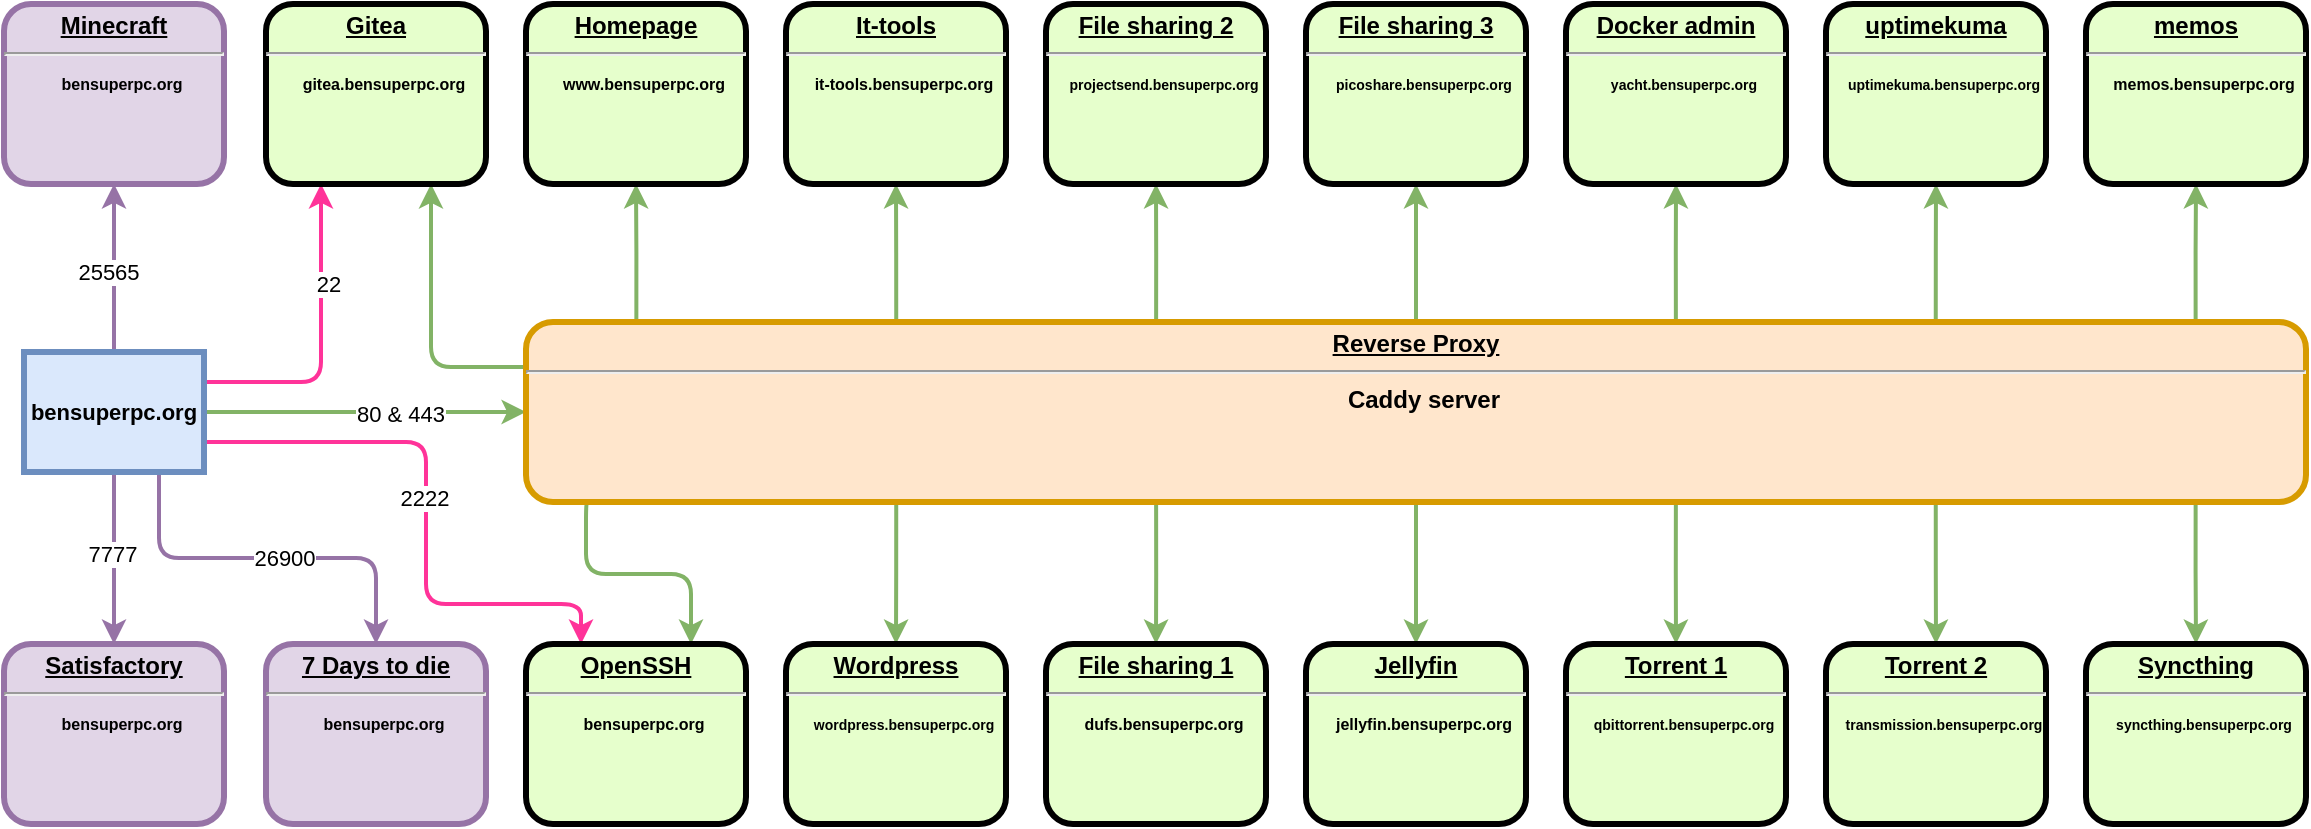
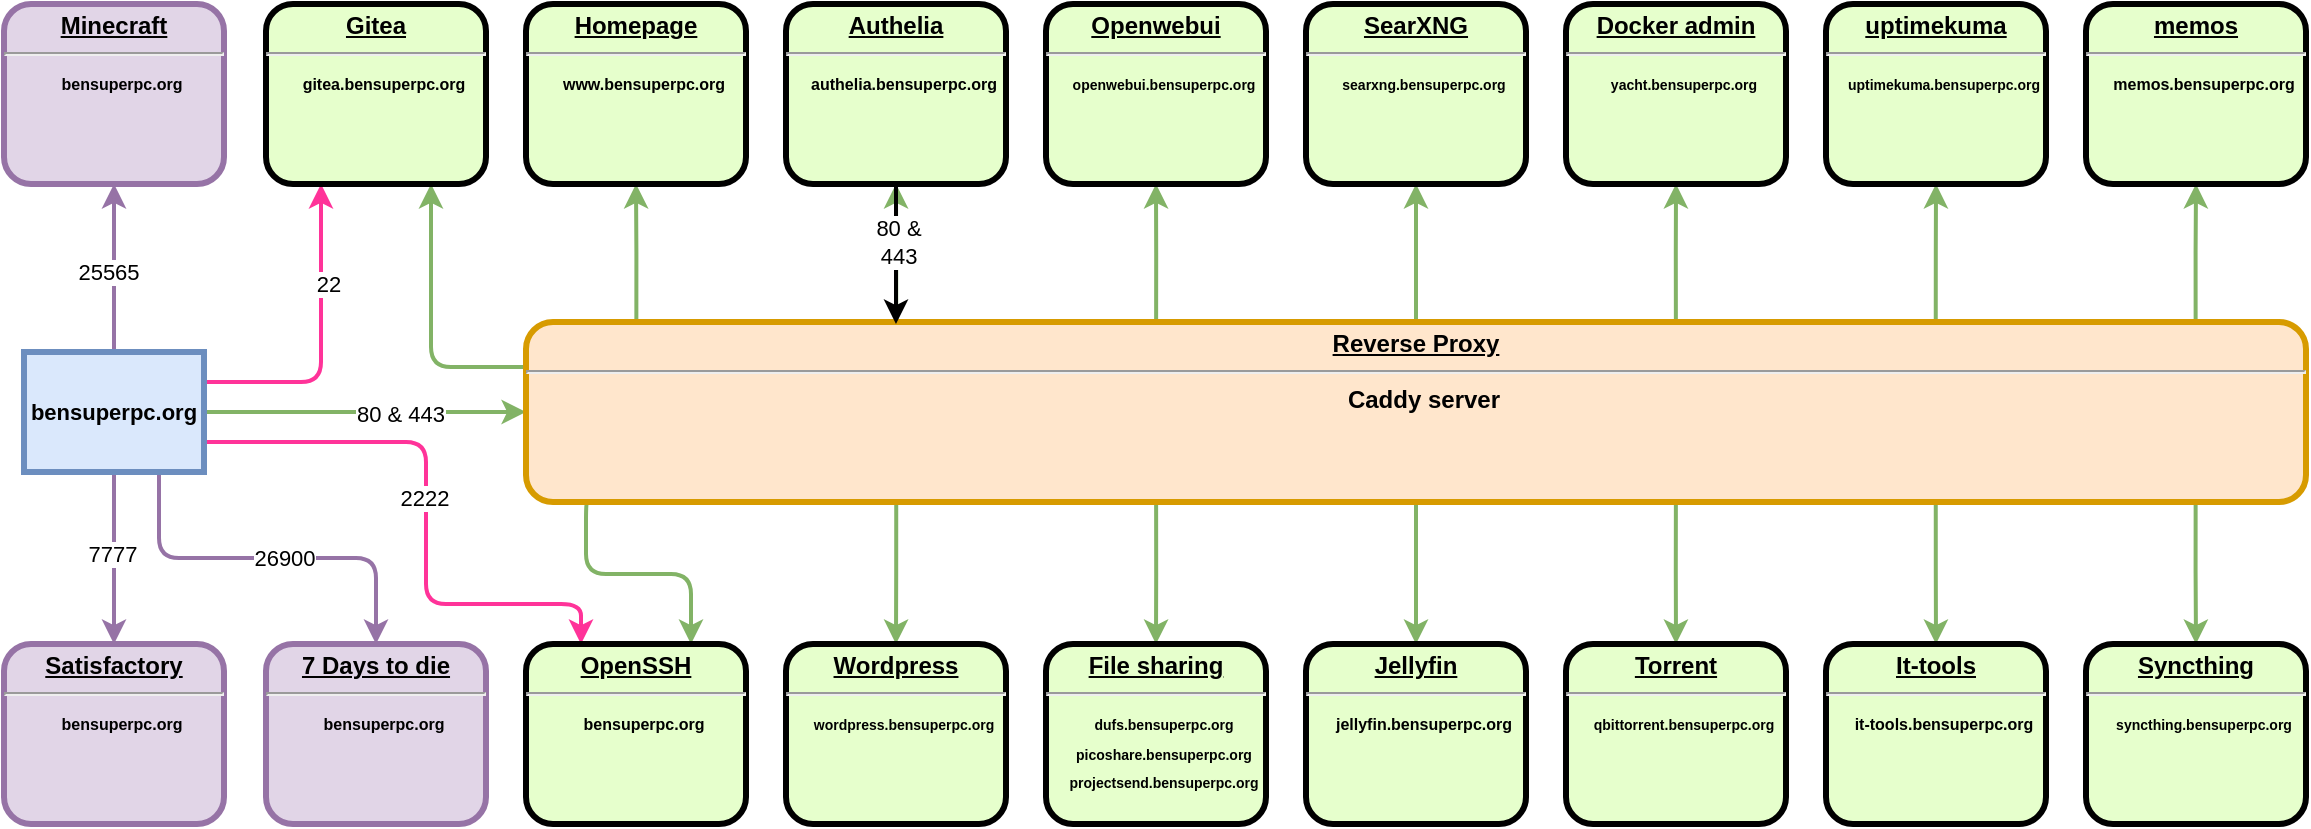
- <mxfile host="app.diagrams.net" agent="Mozilla/5.0 (X11; Linux x86_64) AppleWebKit/537.36 (KHTML, like Gecko) Chrome/132.0.0.0 Safari/537.36" version="24.7.17">
+ <mxfile host="app.diagrams.net" agent="Mozilla/5.0 (X11; Linux x86_64) AppleWebKit/537.36 (KHTML, like Gecko) Chrome/132.0.0.0 Safari/537.36">
  <diagram name="Page-1" id="c7558073-3199-34d8-9f00-42111426c3f3">
-     <mxGraphModel dx="1728" dy="918" grid="1" gridSize="10" guides="1" tooltips="1" connect="1" arrows="1" fold="1" page="1" pageScale="1" pageWidth="1169" pageHeight="827" background="none" math="0" shadow="0">
+     <mxGraphModel dx="1174" dy="633" grid="1" gridSize="10" guides="1" tooltips="1" connect="1" arrows="1" fold="1" page="1" pageScale="1" pageWidth="1169" pageHeight="827" background="none" math="0" shadow="0">
      <root>
        <mxCell id="0" />
        <mxCell id="1" parent="0" />
-         <mxCell id="wsmfsViyqE6_RoJ9hA4X-139" style="edgeStyle=orthogonalEdgeStyle;rounded=0;orthogonalLoop=1;jettySize=auto;html=1;entryX=0;entryY=0.5;entryDx=0;entryDy=0;strokeWidth=2;fillColor=#d5e8d4;strokeColor=#82b366;" parent="1" source="3" target="wsmfsViyqE6_RoJ9hA4X-98" edge="1">
+         <mxCell id="wsmfsViyqE6_RoJ9hA4X-139" edge="1" parent="1" source="3" style="edgeStyle=orthogonalEdgeStyle;rounded=0;orthogonalLoop=1;jettySize=auto;html=1;entryX=0;entryY=0.5;entryDx=0;entryDy=0;strokeWidth=2;fillColor=#d5e8d4;strokeColor=#82b366;" target="wsmfsViyqE6_RoJ9hA4X-98">
          <mxGeometry relative="1" as="geometry" />
        </mxCell>
-         <mxCell id="wsmfsViyqE6_RoJ9hA4X-148" value="80 &amp;amp; 443" style="edgeLabel;html=1;align=center;verticalAlign=middle;resizable=0;points=[];" parent="wsmfsViyqE6_RoJ9hA4X-139" vertex="1" connectable="0">
-           <mxGeometry x="0.212" y="-1" relative="1" as="geometry">
+         <mxCell id="wsmfsViyqE6_RoJ9hA4X-148" connectable="0" parent="wsmfsViyqE6_RoJ9hA4X-139" style="edgeLabel;html=1;align=center;verticalAlign=middle;resizable=0;points=[];" value="80 &amp;amp; 443" vertex="1">
+           <mxGeometry relative="1" x="0.212" y="-1" as="geometry">
            <mxPoint as="offset" />
          </mxGeometry>
        </mxCell>
-         <mxCell id="wsmfsViyqE6_RoJ9hA4X-140" style="edgeStyle=orthogonalEdgeStyle;rounded=0;orthogonalLoop=1;jettySize=auto;html=1;entryX=0.5;entryY=1;entryDx=0;entryDy=0;strokeWidth=2;fillColor=#e1d5e7;strokeColor=#9673a6;" parent="1" source="3" target="wsmfsViyqE6_RoJ9hA4X-137" edge="1">
+         <mxCell id="wsmfsViyqE6_RoJ9hA4X-140" edge="1" parent="1" source="3" style="edgeStyle=orthogonalEdgeStyle;rounded=0;orthogonalLoop=1;jettySize=auto;html=1;entryX=0.5;entryY=1;entryDx=0;entryDy=0;strokeWidth=2;fillColor=#e1d5e7;strokeColor=#9673a6;" target="wsmfsViyqE6_RoJ9hA4X-137">
          <mxGeometry relative="1" as="geometry" />
        </mxCell>
-         <mxCell id="wsmfsViyqE6_RoJ9hA4X-151" value="25565" style="edgeLabel;html=1;align=center;verticalAlign=middle;resizable=0;points=[];" parent="wsmfsViyqE6_RoJ9hA4X-140" vertex="1" connectable="0">
-           <mxGeometry x="-0.0311" y="3" relative="1" as="geometry">
+         <mxCell id="wsmfsViyqE6_RoJ9hA4X-151" connectable="0" parent="wsmfsViyqE6_RoJ9hA4X-140" style="edgeLabel;html=1;align=center;verticalAlign=middle;resizable=0;points=[];" value="25565" vertex="1">
+           <mxGeometry relative="1" x="-0.0311" y="3" as="geometry">
            <mxPoint as="offset" />
          </mxGeometry>
        </mxCell>
-         <mxCell id="wsmfsViyqE6_RoJ9hA4X-141" style="edgeStyle=orthogonalEdgeStyle;rounded=0;orthogonalLoop=1;jettySize=auto;html=1;fillColor=#e1d5e7;strokeColor=#9673a6;strokeWidth=2;" parent="1" source="3" target="wsmfsViyqE6_RoJ9hA4X-136" edge="1">
+         <mxCell id="wsmfsViyqE6_RoJ9hA4X-141" edge="1" parent="1" source="3" style="edgeStyle=orthogonalEdgeStyle;rounded=0;orthogonalLoop=1;jettySize=auto;html=1;fillColor=#e1d5e7;strokeColor=#9673a6;strokeWidth=2;" target="wsmfsViyqE6_RoJ9hA4X-136">
          <mxGeometry relative="1" as="geometry" />
        </mxCell>
-         <mxCell id="wsmfsViyqE6_RoJ9hA4X-152" value="7777" style="edgeLabel;html=1;align=center;verticalAlign=middle;resizable=0;points=[];" parent="wsmfsViyqE6_RoJ9hA4X-141" vertex="1" connectable="0">
-           <mxGeometry x="-0.0455" y="-1" relative="1" as="geometry">
+         <mxCell id="wsmfsViyqE6_RoJ9hA4X-152" connectable="0" parent="wsmfsViyqE6_RoJ9hA4X-141" style="edgeLabel;html=1;align=center;verticalAlign=middle;resizable=0;points=[];" value="7777" vertex="1">
+           <mxGeometry relative="1" x="-0.0455" y="-1" as="geometry">
            <mxPoint as="offset" />
          </mxGeometry>
        </mxCell>
-         <mxCell id="wsmfsViyqE6_RoJ9hA4X-143" style="edgeStyle=orthogonalEdgeStyle;rounded=1;orthogonalLoop=1;jettySize=auto;html=1;exitX=0.75;exitY=1;exitDx=0;exitDy=0;entryX=0.5;entryY=0;entryDx=0;entryDy=0;curved=0;strokeWidth=2;fillColor=#e1d5e7;strokeColor=#9673a6;" parent="1" source="3" target="wsmfsViyqE6_RoJ9hA4X-138" edge="1">
+         <mxCell id="wsmfsViyqE6_RoJ9hA4X-143" edge="1" parent="1" source="3" style="edgeStyle=orthogonalEdgeStyle;rounded=1;orthogonalLoop=1;jettySize=auto;html=1;exitX=0.75;exitY=1;exitDx=0;exitDy=0;entryX=0.5;entryY=0;entryDx=0;entryDy=0;curved=0;strokeWidth=2;fillColor=#e1d5e7;strokeColor=#9673a6;" target="wsmfsViyqE6_RoJ9hA4X-138">
          <mxGeometry relative="1" as="geometry" />
        </mxCell>
-         <mxCell id="wsmfsViyqE6_RoJ9hA4X-172" value="26900" style="edgeLabel;html=1;align=center;verticalAlign=middle;resizable=0;points=[];" parent="wsmfsViyqE6_RoJ9hA4X-143" vertex="1" connectable="0">
-           <mxGeometry x="0.0792" relative="1" as="geometry">
+         <mxCell id="wsmfsViyqE6_RoJ9hA4X-172" connectable="0" parent="wsmfsViyqE6_RoJ9hA4X-143" style="edgeLabel;html=1;align=center;verticalAlign=middle;resizable=0;points=[];" value="26900" vertex="1">
+           <mxGeometry relative="1" x="0.0792" as="geometry">
            <mxPoint as="offset" />
          </mxGeometry>
        </mxCell>
-         <mxCell id="wsmfsViyqE6_RoJ9hA4X-145" style="edgeStyle=orthogonalEdgeStyle;rounded=1;orthogonalLoop=1;jettySize=auto;html=1;exitX=1;exitY=0.75;exitDx=0;exitDy=0;entryX=0.25;entryY=0;entryDx=0;entryDy=0;curved=0;fillColor=#dae8fc;strokeColor=#FF3399;strokeWidth=2;" parent="1" source="3" target="wsmfsViyqE6_RoJ9hA4X-125" edge="1">
+         <mxCell id="wsmfsViyqE6_RoJ9hA4X-145" edge="1" parent="1" source="3" style="edgeStyle=orthogonalEdgeStyle;rounded=1;orthogonalLoop=1;jettySize=auto;html=1;exitX=1;exitY=0.75;exitDx=0;exitDy=0;entryX=0.25;entryY=0;entryDx=0;entryDy=0;curved=0;fillColor=#dae8fc;strokeColor=#FF3399;strokeWidth=2;" target="wsmfsViyqE6_RoJ9hA4X-125">
          <mxGeometry relative="1" as="geometry">
-             <mxPoint x="230" y="470" as="targetPoint" />
            <Array as="points">
              <mxPoint x="220" y="399" />
              <mxPoint x="220" y="480" />
              <mxPoint x="298" y="480" />
            </Array>
+             <mxPoint x="230" y="470" as="targetPoint" />
          </mxGeometry>
        </mxCell>
-         <mxCell id="wsmfsViyqE6_RoJ9hA4X-150" value="2222" style="edgeLabel;html=1;align=center;verticalAlign=middle;resizable=0;points=[];" parent="wsmfsViyqE6_RoJ9hA4X-145" vertex="1" connectable="0">
-           <mxGeometry x="-0.0442" y="-1" relative="1" as="geometry">
+         <mxCell id="wsmfsViyqE6_RoJ9hA4X-150" connectable="0" parent="wsmfsViyqE6_RoJ9hA4X-145" style="edgeLabel;html=1;align=center;verticalAlign=middle;resizable=0;points=[];" value="2222" vertex="1">
+           <mxGeometry relative="1" x="-0.0442" y="-1" as="geometry">
            <mxPoint as="offset" />
          </mxGeometry>
        </mxCell>
-         <mxCell id="wsmfsViyqE6_RoJ9hA4X-147" style="edgeStyle=orthogonalEdgeStyle;rounded=1;orthogonalLoop=1;jettySize=auto;html=1;exitX=1;exitY=0.25;exitDx=0;exitDy=0;entryX=0.25;entryY=1;entryDx=0;entryDy=0;curved=0;fillColor=#e1d5e7;strokeColor=#ff3399;strokeWidth=2;" parent="1" source="3" target="wsmfsViyqE6_RoJ9hA4X-115" edge="1">
+         <mxCell id="wsmfsViyqE6_RoJ9hA4X-147" edge="1" parent="1" source="3" style="edgeStyle=orthogonalEdgeStyle;rounded=1;orthogonalLoop=1;jettySize=auto;html=1;exitX=1;exitY=0.25;exitDx=0;exitDy=0;entryX=0.25;entryY=1;entryDx=0;entryDy=0;curved=0;fillColor=#e1d5e7;strokeColor=#ff3399;strokeWidth=2;" target="wsmfsViyqE6_RoJ9hA4X-115">
          <mxGeometry relative="1" as="geometry" />
        </mxCell>
-         <mxCell id="wsmfsViyqE6_RoJ9hA4X-149" value="22" style="edgeLabel;html=1;align=center;verticalAlign=middle;resizable=0;points=[];" parent="wsmfsViyqE6_RoJ9hA4X-147" vertex="1" connectable="0">
-           <mxGeometry x="0.3731" y="-3" relative="1" as="geometry">
+         <mxCell id="wsmfsViyqE6_RoJ9hA4X-149" connectable="0" parent="wsmfsViyqE6_RoJ9hA4X-147" style="edgeLabel;html=1;align=center;verticalAlign=middle;resizable=0;points=[];" value="22" vertex="1">
+           <mxGeometry relative="1" x="0.3731" y="-3" as="geometry">
            <mxPoint as="offset" />
          </mxGeometry>
        </mxCell>
-         <mxCell id="3" value="bensuperpc.org" style="whiteSpace=wrap;align=center;verticalAlign=middle;fontStyle=1;strokeWidth=3;fillColor=#dae8fc;strokeColor=#6c8ebf;fontSize=11;" parent="1" vertex="1">
-           <mxGeometry x="19" y="354" width="90" height="60" as="geometry" />
+         <mxCell id="3" parent="1" style="whiteSpace=wrap;align=center;verticalAlign=middle;fontStyle=1;strokeWidth=3;fillColor=#dae8fc;strokeColor=#6c8ebf;fontSize=11;" value="bensuperpc.org" vertex="1">
+           <mxGeometry height="60" width="90" x="19" y="354" as="geometry" />
        </mxCell>
-         <mxCell id="wsmfsViyqE6_RoJ9hA4X-153" style="edgeStyle=orthogonalEdgeStyle;rounded=1;orthogonalLoop=1;jettySize=auto;html=1;exitX=0;exitY=0.25;exitDx=0;exitDy=0;entryX=0.75;entryY=1;entryDx=0;entryDy=0;fillColor=#d5e8d4;strokeColor=#82b366;curved=0;strokeWidth=2;" parent="1" source="wsmfsViyqE6_RoJ9hA4X-98" target="wsmfsViyqE6_RoJ9hA4X-115" edge="1">
+         <mxCell id="wsmfsViyqE6_RoJ9hA4X-153" edge="1" parent="1" source="wsmfsViyqE6_RoJ9hA4X-98" style="edgeStyle=orthogonalEdgeStyle;rounded=1;orthogonalLoop=1;jettySize=auto;html=1;exitX=0;exitY=0.25;exitDx=0;exitDy=0;entryX=0.75;entryY=1;entryDx=0;entryDy=0;fillColor=#d5e8d4;strokeColor=#82b366;curved=0;strokeWidth=2;" target="wsmfsViyqE6_RoJ9hA4X-115">
          <mxGeometry relative="1" as="geometry" />
        </mxCell>
-         <mxCell id="wsmfsViyqE6_RoJ9hA4X-154" style="edgeStyle=orthogonalEdgeStyle;rounded=1;orthogonalLoop=1;jettySize=auto;html=1;exitX=0.035;exitY=1;exitDx=0;exitDy=0;entryX=0.75;entryY=0;entryDx=0;entryDy=0;curved=0;strokeWidth=2;fillColor=#d5e8d4;strokeColor=#82b366;exitPerimeter=0;" parent="1" source="wsmfsViyqE6_RoJ9hA4X-98" target="wsmfsViyqE6_RoJ9hA4X-125" edge="1">
+         <mxCell id="wsmfsViyqE6_RoJ9hA4X-154" edge="1" parent="1" source="wsmfsViyqE6_RoJ9hA4X-98" style="edgeStyle=orthogonalEdgeStyle;rounded=1;orthogonalLoop=1;jettySize=auto;html=1;exitX=0.035;exitY=1;exitDx=0;exitDy=0;entryX=0.75;entryY=0;entryDx=0;entryDy=0;curved=0;strokeWidth=2;fillColor=#d5e8d4;strokeColor=#82b366;exitPerimeter=0;" target="wsmfsViyqE6_RoJ9hA4X-125">
          <mxGeometry relative="1" as="geometry">
            <Array as="points">
              <mxPoint x="300" y="429" />
              <mxPoint x="300" y="465" />
              <mxPoint x="352" y="465" />
            </Array>
          </mxGeometry>
        </mxCell>
-         <mxCell id="wsmfsViyqE6_RoJ9hA4X-157" style="edgeStyle=orthogonalEdgeStyle;rounded=0;orthogonalLoop=1;jettySize=auto;html=1;exitX=0.062;exitY=-0.005;exitDx=0;exitDy=0;entryX=0.5;entryY=1;entryDx=0;entryDy=0;exitPerimeter=0;fillColor=#d5e8d4;strokeColor=#82b366;strokeWidth=2;" parent="1" source="wsmfsViyqE6_RoJ9hA4X-98" target="wsmfsViyqE6_RoJ9hA4X-102" edge="1">
+         <mxCell id="wsmfsViyqE6_RoJ9hA4X-157" edge="1" parent="1" source="wsmfsViyqE6_RoJ9hA4X-98" style="edgeStyle=orthogonalEdgeStyle;rounded=0;orthogonalLoop=1;jettySize=auto;html=1;exitX=0.062;exitY=-0.005;exitDx=0;exitDy=0;entryX=0.5;entryY=1;entryDx=0;entryDy=0;exitPerimeter=0;fillColor=#d5e8d4;strokeColor=#82b366;strokeWidth=2;" target="wsmfsViyqE6_RoJ9hA4X-102">
          <mxGeometry relative="1" as="geometry" />
        </mxCell>
-         <mxCell id="wsmfsViyqE6_RoJ9hA4X-158" style="edgeStyle=orthogonalEdgeStyle;rounded=0;orthogonalLoop=1;jettySize=auto;html=1;exitX=0.208;exitY=0.011;exitDx=0;exitDy=0;entryX=0.5;entryY=1;entryDx=0;entryDy=0;exitPerimeter=0;strokeWidth=2;fillColor=#d5e8d4;strokeColor=#82b366;" parent="1" source="wsmfsViyqE6_RoJ9hA4X-98" target="wsmfsViyqE6_RoJ9hA4X-129" edge="1">
+         <mxCell id="wsmfsViyqE6_RoJ9hA4X-158" edge="1" parent="1" source="wsmfsViyqE6_RoJ9hA4X-98" style="edgeStyle=orthogonalEdgeStyle;rounded=0;orthogonalLoop=1;jettySize=auto;html=1;exitX=0.208;exitY=0.011;exitDx=0;exitDy=0;entryX=0.5;entryY=1;entryDx=0;entryDy=0;exitPerimeter=0;strokeWidth=2;fillColor=#d5e8d4;strokeColor=light-dark(#82B366,#FF0000);" target="wsmfsViyqE6_RoJ9hA4X-129">
          <mxGeometry relative="1" as="geometry" />
        </mxCell>
-         <mxCell id="wsmfsViyqE6_RoJ9hA4X-159" style="edgeStyle=orthogonalEdgeStyle;rounded=0;orthogonalLoop=1;jettySize=auto;html=1;exitX=0.208;exitY=0.961;exitDx=0;exitDy=0;exitPerimeter=0;strokeWidth=2;fillColor=#d5e8d4;strokeColor=#82b366;" parent="1" source="wsmfsViyqE6_RoJ9hA4X-98" target="wsmfsViyqE6_RoJ9hA4X-114" edge="1">
+         <mxCell id="wsmfsViyqE6_RoJ9hA4X-159" edge="1" parent="1" source="wsmfsViyqE6_RoJ9hA4X-98" style="edgeStyle=orthogonalEdgeStyle;rounded=0;orthogonalLoop=1;jettySize=auto;html=1;exitX=0.208;exitY=0.961;exitDx=0;exitDy=0;exitPerimeter=0;strokeWidth=2;fillColor=#d5e8d4;strokeColor=#82b366;" target="wsmfsViyqE6_RoJ9hA4X-114">
          <mxGeometry relative="1" as="geometry" />
        </mxCell>
-         <mxCell id="wsmfsViyqE6_RoJ9hA4X-160" style="edgeStyle=orthogonalEdgeStyle;rounded=0;orthogonalLoop=1;jettySize=auto;html=1;exitX=0.354;exitY=0.014;exitDx=0;exitDy=0;entryX=0.5;entryY=1;entryDx=0;entryDy=0;exitPerimeter=0;strokeWidth=2;fillColor=#d5e8d4;strokeColor=#82b366;" parent="1" source="wsmfsViyqE6_RoJ9hA4X-98" target="wsmfsViyqE6_RoJ9hA4X-131" edge="1">
+         <mxCell id="wsmfsViyqE6_RoJ9hA4X-160" edge="1" parent="1" source="wsmfsViyqE6_RoJ9hA4X-98" style="edgeStyle=orthogonalEdgeStyle;rounded=0;orthogonalLoop=1;jettySize=auto;html=1;exitX=0.354;exitY=0.014;exitDx=0;exitDy=0;entryX=0.5;entryY=1;entryDx=0;entryDy=0;exitPerimeter=0;strokeWidth=2;fillColor=#d5e8d4;strokeColor=#82b366;" target="wsmfsViyqE6_RoJ9hA4X-131">
          <mxGeometry relative="1" as="geometry" />
        </mxCell>
-         <mxCell id="wsmfsViyqE6_RoJ9hA4X-161" style="edgeStyle=orthogonalEdgeStyle;rounded=0;orthogonalLoop=1;jettySize=auto;html=1;exitX=0.354;exitY=1.009;exitDx=0;exitDy=0;entryX=0.5;entryY=0;entryDx=0;entryDy=0;exitPerimeter=0;fillColor=#d5e8d4;strokeColor=#82b366;strokeWidth=2;" parent="1" source="wsmfsViyqE6_RoJ9hA4X-98" target="wsmfsViyqE6_RoJ9hA4X-107" edge="1">
+         <mxCell id="wsmfsViyqE6_RoJ9hA4X-161" edge="1" parent="1" source="wsmfsViyqE6_RoJ9hA4X-98" style="edgeStyle=orthogonalEdgeStyle;rounded=0;orthogonalLoop=1;jettySize=auto;html=1;exitX=0.354;exitY=1.009;exitDx=0;exitDy=0;entryX=0.5;entryY=0;entryDx=0;entryDy=0;exitPerimeter=0;fillColor=#d5e8d4;strokeColor=#82b366;strokeWidth=2;" target="wsmfsViyqE6_RoJ9hA4X-107">
          <mxGeometry relative="1" as="geometry" />
        </mxCell>
-         <mxCell id="wsmfsViyqE6_RoJ9hA4X-162" style="edgeStyle=orthogonalEdgeStyle;rounded=0;orthogonalLoop=1;jettySize=auto;html=1;exitX=0.5;exitY=0;exitDx=0;exitDy=0;entryX=0.5;entryY=1;entryDx=0;entryDy=0;fillColor=#d5e8d4;strokeColor=#82b366;strokeWidth=2;" parent="1" source="wsmfsViyqE6_RoJ9hA4X-98" target="wsmfsViyqE6_RoJ9hA4X-130" edge="1">
+         <mxCell id="wsmfsViyqE6_RoJ9hA4X-162" edge="1" parent="1" source="wsmfsViyqE6_RoJ9hA4X-98" style="edgeStyle=orthogonalEdgeStyle;rounded=0;orthogonalLoop=1;jettySize=auto;html=1;exitX=0.5;exitY=0;exitDx=0;exitDy=0;entryX=0.5;entryY=1;entryDx=0;entryDy=0;fillColor=#d5e8d4;strokeColor=#82b366;strokeWidth=2;" target="wsmfsViyqE6_RoJ9hA4X-130">
          <mxGeometry relative="1" as="geometry" />
        </mxCell>
-         <mxCell id="wsmfsViyqE6_RoJ9hA4X-163" style="edgeStyle=orthogonalEdgeStyle;rounded=0;orthogonalLoop=1;jettySize=auto;html=1;exitX=0.5;exitY=1;exitDx=0;exitDy=0;entryX=0.5;entryY=0;entryDx=0;entryDy=0;strokeWidth=2;fillColor=#d5e8d4;strokeColor=#82b366;" parent="1" source="wsmfsViyqE6_RoJ9hA4X-98" target="wsmfsViyqE6_RoJ9hA4X-108" edge="1">
+         <mxCell id="wsmfsViyqE6_RoJ9hA4X-163" edge="1" parent="1" source="wsmfsViyqE6_RoJ9hA4X-98" style="edgeStyle=orthogonalEdgeStyle;rounded=0;orthogonalLoop=1;jettySize=auto;html=1;exitX=0.5;exitY=1;exitDx=0;exitDy=0;entryX=0.5;entryY=0;entryDx=0;entryDy=0;strokeWidth=2;fillColor=#d5e8d4;strokeColor=#82b366;" target="wsmfsViyqE6_RoJ9hA4X-108">
          <mxGeometry relative="1" as="geometry" />
        </mxCell>
-         <mxCell id="wsmfsViyqE6_RoJ9hA4X-164" style="edgeStyle=orthogonalEdgeStyle;rounded=0;orthogonalLoop=1;jettySize=auto;html=1;exitX=0.646;exitY=0.021;exitDx=0;exitDy=0;entryX=0.5;entryY=1;entryDx=0;entryDy=0;exitPerimeter=0;strokeWidth=2;fillColor=#d5e8d4;strokeColor=#82b366;" parent="1" source="wsmfsViyqE6_RoJ9hA4X-98" target="wsmfsViyqE6_RoJ9hA4X-132" edge="1">
+         <mxCell id="wsmfsViyqE6_RoJ9hA4X-164" edge="1" parent="1" source="wsmfsViyqE6_RoJ9hA4X-98" style="edgeStyle=orthogonalEdgeStyle;rounded=0;orthogonalLoop=1;jettySize=auto;html=1;exitX=0.646;exitY=0.021;exitDx=0;exitDy=0;entryX=0.5;entryY=1;entryDx=0;entryDy=0;exitPerimeter=0;strokeWidth=2;fillColor=#d5e8d4;strokeColor=#82b366;" target="wsmfsViyqE6_RoJ9hA4X-132">
          <mxGeometry relative="1" as="geometry" />
        </mxCell>
-         <mxCell id="wsmfsViyqE6_RoJ9hA4X-165" style="edgeStyle=orthogonalEdgeStyle;rounded=0;orthogonalLoop=1;jettySize=auto;html=1;exitX=0.646;exitY=0.985;exitDx=0;exitDy=0;entryX=0.5;entryY=0;entryDx=0;entryDy=0;strokeWidth=2;fillColor=#d5e8d4;strokeColor=#82b366;exitPerimeter=0;" parent="1" source="wsmfsViyqE6_RoJ9hA4X-98" target="wsmfsViyqE6_RoJ9hA4X-126" edge="1">
+         <mxCell id="wsmfsViyqE6_RoJ9hA4X-165" edge="1" parent="1" source="wsmfsViyqE6_RoJ9hA4X-98" style="edgeStyle=orthogonalEdgeStyle;rounded=0;orthogonalLoop=1;jettySize=auto;html=1;exitX=0.646;exitY=0.985;exitDx=0;exitDy=0;entryX=0.5;entryY=0;entryDx=0;entryDy=0;strokeWidth=2;fillColor=#d5e8d4;strokeColor=#82b366;exitPerimeter=0;" target="wsmfsViyqE6_RoJ9hA4X-126">
          <mxGeometry relative="1" as="geometry" />
        </mxCell>
-         <mxCell id="wsmfsViyqE6_RoJ9hA4X-168" style="edgeStyle=orthogonalEdgeStyle;rounded=0;orthogonalLoop=1;jettySize=auto;html=1;exitX=0.792;exitY=-0.002;exitDx=0;exitDy=0;entryX=0.5;entryY=1;entryDx=0;entryDy=0;exitPerimeter=0;strokeWidth=2;fillColor=#d5e8d4;strokeColor=#82b366;" parent="1" source="wsmfsViyqE6_RoJ9hA4X-98" target="wsmfsViyqE6_RoJ9hA4X-133" edge="1">
+         <mxCell id="wsmfsViyqE6_RoJ9hA4X-168" edge="1" parent="1" source="wsmfsViyqE6_RoJ9hA4X-98" style="edgeStyle=orthogonalEdgeStyle;rounded=0;orthogonalLoop=1;jettySize=auto;html=1;exitX=0.792;exitY=-0.002;exitDx=0;exitDy=0;entryX=0.5;entryY=1;entryDx=0;entryDy=0;exitPerimeter=0;strokeWidth=2;fillColor=#d5e8d4;strokeColor=#82b366;" target="wsmfsViyqE6_RoJ9hA4X-133">
          <mxGeometry relative="1" as="geometry" />
        </mxCell>
-         <mxCell id="wsmfsViyqE6_RoJ9hA4X-169" style="edgeStyle=orthogonalEdgeStyle;rounded=0;orthogonalLoop=1;jettySize=auto;html=1;exitX=0.792;exitY=1.015;exitDx=0;exitDy=0;entryX=0.5;entryY=0;entryDx=0;entryDy=0;exitPerimeter=0;strokeWidth=2;fillColor=#d5e8d4;strokeColor=#82b366;" parent="1" source="wsmfsViyqE6_RoJ9hA4X-98" target="wsmfsViyqE6_RoJ9hA4X-127" edge="1">
+         <mxCell id="wsmfsViyqE6_RoJ9hA4X-169" edge="1" parent="1" source="wsmfsViyqE6_RoJ9hA4X-98" style="edgeStyle=orthogonalEdgeStyle;rounded=0;orthogonalLoop=1;jettySize=auto;html=1;exitX=0.792;exitY=1.015;exitDx=0;exitDy=0;entryX=0.5;entryY=0;entryDx=0;entryDy=0;exitPerimeter=0;strokeWidth=2;fillColor=#d5e8d4;strokeColor=#82b366;" target="wsmfsViyqE6_RoJ9hA4X-127">
          <mxGeometry relative="1" as="geometry" />
        </mxCell>
-         <mxCell id="wsmfsViyqE6_RoJ9hA4X-170" style="edgeStyle=orthogonalEdgeStyle;rounded=0;orthogonalLoop=1;jettySize=auto;html=1;exitX=0.938;exitY=0.981;exitDx=0;exitDy=0;entryX=0.5;entryY=0;entryDx=0;entryDy=0;exitPerimeter=0;strokeWidth=2;fillColor=#d5e8d4;strokeColor=#82b366;" parent="1" source="wsmfsViyqE6_RoJ9hA4X-98" target="wsmfsViyqE6_RoJ9hA4X-128" edge="1">
+         <mxCell id="wsmfsViyqE6_RoJ9hA4X-170" edge="1" parent="1" source="wsmfsViyqE6_RoJ9hA4X-98" style="edgeStyle=orthogonalEdgeStyle;rounded=0;orthogonalLoop=1;jettySize=auto;html=1;exitX=0.938;exitY=0.981;exitDx=0;exitDy=0;entryX=0.5;entryY=0;entryDx=0;entryDy=0;exitPerimeter=0;strokeWidth=2;fillColor=#d5e8d4;strokeColor=#82b366;" target="wsmfsViyqE6_RoJ9hA4X-128">
          <mxGeometry relative="1" as="geometry" />
        </mxCell>
-         <mxCell id="wsmfsViyqE6_RoJ9hA4X-171" style="edgeStyle=orthogonalEdgeStyle;rounded=0;orthogonalLoop=1;jettySize=auto;html=1;exitX=0.938;exitY=0.011;exitDx=0;exitDy=0;entryX=0.5;entryY=1;entryDx=0;entryDy=0;exitPerimeter=0;strokeWidth=2;fillColor=#d5e8d4;strokeColor=#82b366;" parent="1" source="wsmfsViyqE6_RoJ9hA4X-98" target="wsmfsViyqE6_RoJ9hA4X-134" edge="1">
+         <mxCell id="wsmfsViyqE6_RoJ9hA4X-171" edge="1" parent="1" source="wsmfsViyqE6_RoJ9hA4X-98" style="edgeStyle=orthogonalEdgeStyle;rounded=0;orthogonalLoop=1;jettySize=auto;html=1;exitX=0.938;exitY=0.011;exitDx=0;exitDy=0;entryX=0.5;entryY=1;entryDx=0;entryDy=0;exitPerimeter=0;strokeWidth=2;fillColor=#d5e8d4;strokeColor=#82b366;" target="wsmfsViyqE6_RoJ9hA4X-134">
          <mxGeometry relative="1" as="geometry" />
        </mxCell>
-         <mxCell id="wsmfsViyqE6_RoJ9hA4X-98" value="&lt;p style=&quot;margin: 0px; margin-top: 4px; text-align: center; text-decoration: underline;&quot;&gt;&lt;strong&gt;Reverse Proxy&lt;/strong&gt;&lt;/p&gt;&lt;hr&gt;&lt;p style=&quot;margin: 0px; margin-left: 8px;&quot;&gt;Caddy server&lt;/p&gt;" style="verticalAlign=middle;align=center;overflow=fill;fontSize=12;fontFamily=Helvetica;html=1;rounded=1;fontStyle=1;strokeWidth=3;fillColor=#ffe6cc;strokeColor=#d79b00;" parent="1" vertex="1">
-           <mxGeometry x="270" y="339" width="890" height="90" as="geometry" />
+         <mxCell id="wsmfsViyqE6_RoJ9hA4X-98" parent="1" style="verticalAlign=middle;align=center;overflow=fill;fontSize=12;fontFamily=Helvetica;html=1;rounded=1;fontStyle=1;strokeWidth=3;fillColor=#ffe6cc;strokeColor=#d79b00;" value="&lt;p style=&quot;margin: 0px; margin-top: 4px; text-align: center; text-decoration: underline;&quot;&gt;&lt;strong&gt;Reverse Proxy&lt;/strong&gt;&lt;/p&gt;&lt;hr&gt;&lt;p style=&quot;margin: 0px; margin-left: 8px;&quot;&gt;Caddy server&lt;/p&gt;" vertex="1">
+           <mxGeometry height="90" width="890" x="270" y="339" as="geometry" />
        </mxCell>
-         <mxCell id="wsmfsViyqE6_RoJ9hA4X-102" value="&lt;p style=&quot;margin: 4px 0px 0px; text-align: center; text-decoration: underline;&quot;&gt;&lt;font style=&quot;font-size: 12px;&quot;&gt;Homepage&lt;/font&gt;&lt;/p&gt;&lt;hr style=&quot;&quot;&gt;&lt;p style=&quot;margin: 0px 0px 0px 8px;&quot;&gt;&lt;font style=&quot;font-size: 8px;&quot;&gt;www.bensuperpc.org&lt;/font&gt;&lt;/p&gt;&lt;p style=&quot;margin: 0px 0px 0px 8px;&quot;&gt;&lt;br&gt;&lt;/p&gt;" style="verticalAlign=middle;align=center;overflow=fill;fontSize=12;fontFamily=Helvetica;html=1;rounded=1;fontStyle=1;strokeWidth=3;fillColor=#E6FFCC" parent="1" vertex="1">
-           <mxGeometry x="270" y="180" width="110" height="90" as="geometry" />
+         <mxCell id="wsmfsViyqE6_RoJ9hA4X-102" parent="1" style="verticalAlign=middle;align=center;overflow=fill;fontSize=12;fontFamily=Helvetica;html=1;rounded=1;fontStyle=1;strokeWidth=3;fillColor=#E6FFCC" value="&lt;p style=&quot;margin: 4px 0px 0px; text-align: center; text-decoration: underline;&quot;&gt;&lt;font style=&quot;font-size: 12px;&quot;&gt;Homepage&lt;/font&gt;&lt;/p&gt;&lt;hr style=&quot;&quot;&gt;&lt;p style=&quot;margin: 0px 0px 0px 8px;&quot;&gt;&lt;font style=&quot;font-size: 8px;&quot;&gt;www.bensuperpc.org&lt;/font&gt;&lt;/p&gt;&lt;p style=&quot;margin: 0px 0px 0px 8px;&quot;&gt;&lt;br&gt;&lt;/p&gt;" vertex="1">
+           <mxGeometry height="90" width="110" x="270" y="180" as="geometry" />
        </mxCell>
-         <mxCell id="wsmfsViyqE6_RoJ9hA4X-107" value="&lt;p style=&quot;margin: 4px 0px 0px; text-align: center; text-decoration: underline;&quot;&gt;&lt;font style=&quot;font-size: 12px;&quot;&gt;File sharing 1&lt;/font&gt;&lt;/p&gt;&lt;hr style=&quot;&quot;&gt;&lt;p style=&quot;margin: 0px 0px 0px 8px;&quot;&gt;&lt;font style=&quot;font-size: 8px;&quot;&gt;dufs.bensuperpc.org&lt;/font&gt;&lt;/p&gt;&lt;p style=&quot;margin: 0px 0px 0px 8px;&quot;&gt;&lt;br&gt;&lt;/p&gt;" style="verticalAlign=middle;align=center;overflow=fill;fontSize=12;fontFamily=Helvetica;html=1;rounded=1;fontStyle=1;strokeWidth=3;fillColor=#E6FFCC" parent="1" vertex="1">
-           <mxGeometry x="530" y="500" width="110" height="90" as="geometry" />
+         <mxCell id="wsmfsViyqE6_RoJ9hA4X-107" parent="1" style="verticalAlign=middle;align=center;overflow=fill;fontSize=12;fontFamily=Helvetica;html=1;rounded=1;fontStyle=1;strokeWidth=3;fillColor=#E6FFCC" value="&lt;p style=&quot;margin: 4px 0px 0px; text-align: center; text-decoration: underline;&quot;&gt;&lt;font style=&quot;font-size: 12px;&quot;&gt;File sharing&lt;/font&gt;&lt;/p&gt;&lt;hr style=&quot;&quot;&gt;&lt;p style=&quot;margin: 0px 0px 0px 8px;&quot;&gt;&lt;font style=&quot;font-size: 7px;&quot;&gt;dufs.bensuperpc.org&lt;/font&gt;&lt;/p&gt;&lt;p style=&quot;margin: 0px 0px 0px 8px;&quot;&gt;&lt;font style=&quot;font-size: 7px;&quot;&gt;picoshare.bensuperpc.org&lt;/font&gt;&lt;/p&gt;&lt;p style=&quot;margin: 0px 0px 0px 8px;&quot;&gt;&lt;font style=&quot;font-size: 7px;&quot;&gt;projectsend.bensuperpc.org&lt;/font&gt;&lt;span style=&quot;font-size: 7px;&quot;&gt;&lt;/span&gt;&lt;/p&gt;" vertex="1">
+           <mxGeometry height="90" width="110" x="530" y="500" as="geometry" />
        </mxCell>
-         <mxCell id="wsmfsViyqE6_RoJ9hA4X-108" value="&lt;p style=&quot;margin: 4px 0px 0px; text-align: center; text-decoration: underline;&quot;&gt;Jellyfin&lt;/p&gt;&lt;hr style=&quot;&quot;&gt;&lt;p style=&quot;margin: 0px 0px 0px 8px;&quot;&gt;&lt;font style=&quot;font-size: 8px;&quot;&gt;jellyfin.bensuperpc.org&lt;/font&gt;&lt;/p&gt;&lt;p style=&quot;margin: 0px 0px 0px 8px;&quot;&gt;&lt;br&gt;&lt;/p&gt;" style="verticalAlign=middle;align=center;overflow=fill;fontSize=12;fontFamily=Helvetica;html=1;rounded=1;fontStyle=1;strokeWidth=3;fillColor=#E6FFCC" parent="1" vertex="1">
-           <mxGeometry x="660" y="500" width="110" height="90" as="geometry" />
+         <mxCell id="wsmfsViyqE6_RoJ9hA4X-108" parent="1" style="verticalAlign=middle;align=center;overflow=fill;fontSize=12;fontFamily=Helvetica;html=1;rounded=1;fontStyle=1;strokeWidth=3;fillColor=#E6FFCC" value="&lt;p style=&quot;margin: 4px 0px 0px; text-align: center; text-decoration: underline;&quot;&gt;Jellyfin&lt;/p&gt;&lt;hr style=&quot;&quot;&gt;&lt;p style=&quot;margin: 0px 0px 0px 8px;&quot;&gt;&lt;font style=&quot;font-size: 8px;&quot;&gt;jellyfin.bensuperpc.org&lt;/font&gt;&lt;/p&gt;&lt;p style=&quot;margin: 0px 0px 0px 8px;&quot;&gt;&lt;br&gt;&lt;/p&gt;" vertex="1">
+           <mxGeometry height="90" width="110" x="660" y="500" as="geometry" />
        </mxCell>
-         <mxCell id="wsmfsViyqE6_RoJ9hA4X-114" value="&lt;p style=&quot;margin: 4px 0px 0px; text-align: center; text-decoration: underline;&quot;&gt;Wordpress&lt;/p&gt;&lt;hr style=&quot;&quot;&gt;&lt;p style=&quot;margin: 0px 0px 0px 8px;&quot;&gt;&lt;font style=&quot;font-size: 7px;&quot;&gt;wordpress.bensuperpc.org&lt;/font&gt;&lt;/p&gt;" style="verticalAlign=middle;align=center;overflow=fill;fontSize=12;fontFamily=Helvetica;html=1;rounded=1;fontStyle=1;strokeWidth=3;fillColor=#E6FFCC" parent="1" vertex="1">
-           <mxGeometry x="400" y="500" width="110" height="90" as="geometry" />
+         <mxCell id="wsmfsViyqE6_RoJ9hA4X-114" parent="1" style="verticalAlign=middle;align=center;overflow=fill;fontSize=12;fontFamily=Helvetica;html=1;rounded=1;fontStyle=1;strokeWidth=3;fillColor=#E6FFCC" value="&lt;p style=&quot;margin: 4px 0px 0px; text-align: center; text-decoration: underline;&quot;&gt;Wordpress&lt;/p&gt;&lt;hr style=&quot;&quot;&gt;&lt;p style=&quot;margin: 0px 0px 0px 8px;&quot;&gt;&lt;font style=&quot;font-size: 7px;&quot;&gt;wordpress.bensuperpc.org&lt;/font&gt;&lt;/p&gt;" vertex="1">
+           <mxGeometry height="90" width="110" x="400" y="500" as="geometry" />
        </mxCell>
-         <mxCell id="wsmfsViyqE6_RoJ9hA4X-115" value="&lt;p style=&quot;margin: 4px 0px 0px; text-align: center; text-decoration: underline;&quot;&gt;Gitea&lt;/p&gt;&lt;hr style=&quot;&quot;&gt;&lt;p style=&quot;margin: 0px 0px 0px 8px;&quot;&gt;&lt;font style=&quot;font-size: 8px;&quot;&gt;gitea.bensuperpc.org&lt;/font&gt;&lt;/p&gt;&lt;p style=&quot;margin: 0px 0px 0px 8px;&quot;&gt;&lt;br&gt;&lt;/p&gt;" style="verticalAlign=middle;align=center;overflow=fill;fontSize=12;fontFamily=Helvetica;html=1;rounded=1;fontStyle=1;strokeWidth=3;fillColor=#E6FFCC" parent="1" vertex="1">
-           <mxGeometry x="140" y="180" width="110" height="90" as="geometry" />
+         <mxCell id="wsmfsViyqE6_RoJ9hA4X-115" parent="1" style="verticalAlign=middle;align=center;overflow=fill;fontSize=12;fontFamily=Helvetica;html=1;rounded=1;fontStyle=1;strokeWidth=3;fillColor=#E6FFCC" value="&lt;p style=&quot;margin: 4px 0px 0px; text-align: center; text-decoration: underline;&quot;&gt;Gitea&lt;/p&gt;&lt;hr style=&quot;&quot;&gt;&lt;p style=&quot;margin: 0px 0px 0px 8px;&quot;&gt;&lt;font style=&quot;font-size: 8px;&quot;&gt;gitea.bensuperpc.org&lt;/font&gt;&lt;/p&gt;&lt;p style=&quot;margin: 0px 0px 0px 8px;&quot;&gt;&lt;br&gt;&lt;/p&gt;" vertex="1">
+           <mxGeometry height="90" width="110" x="140" y="180" as="geometry" />
        </mxCell>
-         <mxCell id="wsmfsViyqE6_RoJ9hA4X-125" value="&lt;p style=&quot;margin: 4px 0px 0px; text-align: center; text-decoration: underline;&quot;&gt;OpenSSH&lt;/p&gt;&lt;hr style=&quot;&quot;&gt;&lt;p style=&quot;margin: 0px 0px 0px 8px;&quot;&gt;&lt;font style=&quot;font-size: 8px;&quot;&gt;bensuperpc.org&lt;/font&gt;&lt;/p&gt;&lt;p style=&quot;margin: 0px 0px 0px 8px;&quot;&gt;&lt;br&gt;&lt;/p&gt;" style="verticalAlign=middle;align=center;overflow=fill;fontSize=12;fontFamily=Helvetica;html=1;rounded=1;fontStyle=1;strokeWidth=3;fillColor=#E6FFCC" parent="1" vertex="1">
-           <mxGeometry x="270" y="500" width="110" height="90" as="geometry" />
+         <mxCell id="wsmfsViyqE6_RoJ9hA4X-125" parent="1" style="verticalAlign=middle;align=center;overflow=fill;fontSize=12;fontFamily=Helvetica;html=1;rounded=1;fontStyle=1;strokeWidth=3;fillColor=#E6FFCC" value="&lt;p style=&quot;margin: 4px 0px 0px; text-align: center; text-decoration: underline;&quot;&gt;OpenSSH&lt;/p&gt;&lt;hr style=&quot;&quot;&gt;&lt;p style=&quot;margin: 0px 0px 0px 8px;&quot;&gt;&lt;font style=&quot;font-size: 8px;&quot;&gt;bensuperpc.org&lt;/font&gt;&lt;/p&gt;&lt;p style=&quot;margin: 0px 0px 0px 8px;&quot;&gt;&lt;br&gt;&lt;/p&gt;" vertex="1">
+           <mxGeometry height="90" width="110" x="270" y="500" as="geometry" />
        </mxCell>
-         <mxCell id="wsmfsViyqE6_RoJ9hA4X-126" value="&lt;p style=&quot;margin: 4px 0px 0px; text-align: center; text-decoration: underline;&quot;&gt;&lt;font style=&quot;font-size: 12px;&quot;&gt;Torrent 1&lt;/font&gt;&lt;/p&gt;&lt;hr style=&quot;&quot;&gt;&lt;p style=&quot;margin: 0px 0px 0px 8px;&quot;&gt;&lt;font style=&quot;font-size: 7px;&quot;&gt;qbittorrent.bensuperpc.org&lt;/font&gt;&lt;/p&gt;&lt;p style=&quot;margin: 0px 0px 0px 8px; font-size: 11px;&quot;&gt;&lt;br&gt;&lt;/p&gt;" style="verticalAlign=middle;align=center;overflow=fill;fontSize=12;fontFamily=Helvetica;html=1;rounded=1;fontStyle=1;strokeWidth=3;fillColor=#E6FFCC" parent="1" vertex="1">
-           <mxGeometry x="790" y="500" width="110" height="90" as="geometry" />
+         <mxCell id="wsmfsViyqE6_RoJ9hA4X-126" parent="1" style="verticalAlign=middle;align=center;overflow=fill;fontSize=12;fontFamily=Helvetica;html=1;rounded=1;fontStyle=1;strokeWidth=3;fillColor=#E6FFCC" value="&lt;p style=&quot;margin: 4px 0px 0px; text-align: center; text-decoration: underline;&quot;&gt;&lt;font style=&quot;font-size: 12px;&quot;&gt;Torrent&lt;/font&gt;&lt;/p&gt;&lt;hr style=&quot;&quot;&gt;&lt;p style=&quot;margin: 0px 0px 0px 8px;&quot;&gt;&lt;font style=&quot;font-size: 7px;&quot;&gt;qbittorrent.bensuperpc.org&lt;/font&gt;&lt;/p&gt;&lt;p style=&quot;margin: 0px 0px 0px 8px; font-size: 11px;&quot;&gt;&lt;br&gt;&lt;/p&gt;" vertex="1">
+           <mxGeometry height="90" width="110" x="790" y="500" as="geometry" />
        </mxCell>
-         <mxCell id="wsmfsViyqE6_RoJ9hA4X-127" value="&lt;p style=&quot;margin: 4px 0px 0px; text-align: center; text-decoration: underline;&quot;&gt;&lt;font style=&quot;font-size: 12px;&quot;&gt;Torrent 2&lt;/font&gt;&lt;/p&gt;&lt;hr style=&quot;&quot;&gt;&lt;p style=&quot;margin: 0px 0px 0px 8px;&quot;&gt;&lt;font style=&quot;font-size: 7px;&quot;&gt;transmission.bensuperpc.org&lt;/font&gt;&lt;/p&gt;&lt;p style=&quot;margin: 0px 0px 0px 8px; font-size: 11px;&quot;&gt;&lt;br&gt;&lt;/p&gt;" style="verticalAlign=middle;align=center;overflow=fill;fontSize=12;fontFamily=Helvetica;html=1;rounded=1;fontStyle=1;strokeWidth=3;fillColor=#E6FFCC" parent="1" vertex="1">
-           <mxGeometry x="920" y="500" width="110" height="90" as="geometry" />
+         <mxCell id="wsmfsViyqE6_RoJ9hA4X-127" parent="1" style="verticalAlign=middle;align=center;overflow=fill;fontSize=12;fontFamily=Helvetica;html=1;rounded=1;fontStyle=1;strokeWidth=3;fillColor=#E6FFCC" value="&lt;p style=&quot;margin: 4px 0px 0px; text-align: center; text-decoration: underline;&quot;&gt;&lt;font style=&quot;font-size: 12px;&quot;&gt;&lt;span style=&quot;background-color: transparent; color: light-dark(rgb(0, 0, 0), rgb(255, 255, 255));&quot;&gt;It-tools&lt;/span&gt;&lt;/font&gt;&lt;/p&gt;&lt;hr style=&quot;&quot;&gt;&lt;p style=&quot;margin: 0px 0px 0px 8px;&quot;&gt;&lt;span style=&quot;font-size: 8px;&quot;&gt;it-tools.bensuperpc.org&lt;/span&gt;&lt;/p&gt;&lt;p style=&quot;margin: 0px 0px 0px 8px; font-size: 11px;&quot;&gt;&lt;br&gt;&lt;/p&gt;" vertex="1">
+           <mxGeometry height="90" width="110" x="920" y="500" as="geometry" />
        </mxCell>
-         <mxCell id="wsmfsViyqE6_RoJ9hA4X-128" value="&lt;p style=&quot;margin: 4px 0px 0px; text-align: center; text-decoration: underline;&quot;&gt;&lt;font style=&quot;font-size: 12px;&quot;&gt;Syncthing&lt;/font&gt;&lt;/p&gt;&lt;hr style=&quot;&quot;&gt;&lt;p style=&quot;margin: 0px 0px 0px 8px;&quot;&gt;&lt;font style=&quot;font-size: 7px;&quot;&gt;syncthing.bensuperpc.org&lt;/font&gt;&lt;/p&gt;&lt;p style=&quot;margin: 0px 0px 0px 8px; font-size: 11px;&quot;&gt;&lt;br&gt;&lt;/p&gt;" style="verticalAlign=middle;align=center;overflow=fill;fontSize=12;fontFamily=Helvetica;html=1;rounded=1;fontStyle=1;strokeWidth=3;fillColor=#E6FFCC" parent="1" vertex="1">
-           <mxGeometry x="1050" y="500" width="110" height="90" as="geometry" />
+         <mxCell id="wsmfsViyqE6_RoJ9hA4X-128" parent="1" style="verticalAlign=middle;align=center;overflow=fill;fontSize=12;fontFamily=Helvetica;html=1;rounded=1;fontStyle=1;strokeWidth=3;fillColor=#E6FFCC" value="&lt;p style=&quot;margin: 4px 0px 0px; text-align: center; text-decoration: underline;&quot;&gt;&lt;font style=&quot;font-size: 12px;&quot;&gt;Syncthing&lt;/font&gt;&lt;/p&gt;&lt;hr style=&quot;&quot;&gt;&lt;p style=&quot;margin: 0px 0px 0px 8px;&quot;&gt;&lt;font style=&quot;font-size: 7px;&quot;&gt;syncthing.bensuperpc.org&lt;/font&gt;&lt;/p&gt;&lt;p style=&quot;margin: 0px 0px 0px 8px; font-size: 11px;&quot;&gt;&lt;br&gt;&lt;/p&gt;" vertex="1">
+           <mxGeometry height="90" width="110" x="1050" y="500" as="geometry" />
        </mxCell>
-         <mxCell id="wsmfsViyqE6_RoJ9hA4X-129" value="&lt;p style=&quot;margin: 4px 0px 0px; text-align: center; text-decoration: underline;&quot;&gt;It-tools&lt;/p&gt;&lt;hr style=&quot;&quot;&gt;&lt;p style=&quot;margin: 0px 0px 0px 8px;&quot;&gt;&lt;font style=&quot;font-size: 8px;&quot;&gt;it-tools.bensuperpc.org&lt;/font&gt;&lt;/p&gt;" style="verticalAlign=middle;align=center;overflow=fill;fontSize=12;fontFamily=Helvetica;html=1;rounded=1;fontStyle=1;strokeWidth=3;fillColor=#E6FFCC" parent="1" vertex="1">
-           <mxGeometry x="400" y="180" width="110" height="90" as="geometry" />
+         <mxCell id="bhLM7CCq5H-ZF5HyWpbC-4" edge="1" parent="1" source="wsmfsViyqE6_RoJ9hA4X-129" style="edgeStyle=orthogonalEdgeStyle;rounded=0;orthogonalLoop=1;jettySize=auto;html=1;strokeColor=light-dark(#000000,#FF0000);strokeWidth=2;">
+           <mxGeometry relative="1" as="geometry">
+             <mxPoint x="455" y="340" as="targetPoint" />
+           </mxGeometry>
        </mxCell>
-         <mxCell id="wsmfsViyqE6_RoJ9hA4X-130" value="&lt;p style=&quot;margin: 4px 0px 0px; text-align: center; text-decoration: underline;&quot;&gt;File sharing 3&lt;br&gt;&lt;/p&gt;&lt;hr style=&quot;&quot;&gt;&lt;p style=&quot;margin: 0px 0px 0px 8px;&quot;&gt;&lt;font style=&quot;font-size: 7px;&quot;&gt;picoshare.bensuperpc.org&lt;/font&gt;&lt;/p&gt;" style="verticalAlign=middle;align=center;overflow=fill;fontSize=12;fontFamily=Helvetica;html=1;rounded=1;fontStyle=1;strokeWidth=3;fillColor=#E6FFCC" parent="1" vertex="1">
-           <mxGeometry x="660" y="180" width="110" height="90" as="geometry" />
+         <mxCell id="bhLM7CCq5H-ZF5HyWpbC-5" connectable="0" parent="bhLM7CCq5H-ZF5HyWpbC-4" style="edgeLabel;html=1;align=center;verticalAlign=middle;resizable=0;points=[];" value="&lt;div&gt;&lt;span style=&quot;background-color: light-dark(#ffffff, var(--ge-dark-color, #121212)); color: light-dark(rgb(0, 0, 0), rgb(255, 255, 255));&quot;&gt;80 &amp;amp;&lt;/span&gt;&lt;/div&gt;&lt;div&gt;&lt;span style=&quot;background-color: light-dark(#ffffff, var(--ge-dark-color, #121212)); color: light-dark(rgb(0, 0, 0), rgb(255, 255, 255));&quot;&gt;443&lt;/span&gt;&lt;/div&gt;" vertex="1">
+           <mxGeometry relative="1" x="0.1551" y="3" as="geometry">
+             <mxPoint x="-3" y="-11" as="offset" />
+           </mxGeometry>
        </mxCell>
-         <mxCell id="wsmfsViyqE6_RoJ9hA4X-131" value="&lt;p style=&quot;margin: 4px 0px 0px; text-align: center; text-decoration: underline;&quot;&gt;File sharing 2&lt;br&gt;&lt;/p&gt;&lt;hr style=&quot;&quot;&gt;&lt;p style=&quot;margin: 0px 0px 0px 8px;&quot;&gt;&lt;font style=&quot;font-size: 7px;&quot;&gt;projectsend.bensuperpc.org&lt;/font&gt;&lt;/p&gt;" style="verticalAlign=middle;align=center;overflow=fill;fontSize=12;fontFamily=Helvetica;html=1;rounded=1;fontStyle=1;strokeWidth=3;fillColor=#E6FFCC" parent="1" vertex="1">
-           <mxGeometry x="530" y="180" width="110" height="90" as="geometry" />
+         <mxCell id="wsmfsViyqE6_RoJ9hA4X-129" parent="1" style="verticalAlign=middle;align=center;overflow=fill;fontSize=12;fontFamily=Helvetica;html=1;rounded=1;fontStyle=1;strokeWidth=3;fillColor=light-dark(#E6FFCC,#99004D);" value="&lt;p style=&quot;margin: 4px 0px 0px; text-align: center; text-decoration: underline;&quot;&gt;Authelia&lt;/p&gt;&lt;hr style=&quot;&quot;&gt;&lt;p style=&quot;margin: 0px 0px 0px 8px;&quot;&gt;&lt;font style=&quot;font-size: 8px;&quot;&gt;authelia.bensuperpc.org&lt;/font&gt;&lt;/p&gt;" vertex="1">
+           <mxGeometry height="90" width="110" x="400" y="180" as="geometry" />
        </mxCell>
-         <mxCell id="wsmfsViyqE6_RoJ9hA4X-132" value="&lt;p style=&quot;margin: 4px 0px 0px; text-align: center; text-decoration: underline;&quot;&gt;Docker admin&lt;/p&gt;&lt;hr style=&quot;&quot;&gt;&lt;p style=&quot;margin: 0px 0px 0px 8px;&quot;&gt;&lt;font style=&quot;font-size: 7px;&quot;&gt;yacht.bensuperpc.org&lt;/font&gt;&lt;/p&gt;" style="verticalAlign=middle;align=center;overflow=fill;fontSize=12;fontFamily=Helvetica;html=1;rounded=1;fontStyle=1;strokeWidth=3;fillColor=#E6FFCC" parent="1" vertex="1">
-           <mxGeometry x="790" y="180" width="110" height="90" as="geometry" />
+         <mxCell id="wsmfsViyqE6_RoJ9hA4X-130" parent="1" style="verticalAlign=middle;align=center;overflow=fill;fontSize=12;fontFamily=Helvetica;html=1;rounded=1;fontStyle=1;strokeWidth=3;fillColor=#E6FFCC" value="&lt;p style=&quot;margin: 4px 0px 0px; text-align: center; text-decoration: underline;&quot;&gt;SearXNG&lt;br&gt;&lt;/p&gt;&lt;hr style=&quot;&quot;&gt;&lt;p style=&quot;margin: 0px 0px 0px 8px;&quot;&gt;&lt;span style=&quot;font-size: 7px;&quot;&gt;searxng.bensuperpc.org&lt;/span&gt;&lt;/p&gt;" vertex="1">
+           <mxGeometry height="90" width="110" x="660" y="180" as="geometry" />
        </mxCell>
-         <mxCell id="wsmfsViyqE6_RoJ9hA4X-133" value="&lt;p style=&quot;margin: 4px 0px 0px; text-align: center; text-decoration: underline;&quot;&gt;uptimekuma&lt;/p&gt;&lt;hr style=&quot;&quot;&gt;&lt;p style=&quot;margin: 0px 0px 0px 8px;&quot;&gt;&lt;font style=&quot;font-size: 7px;&quot;&gt;uptimekuma.bensuperpc.org&lt;/font&gt;&lt;/p&gt;" style="verticalAlign=middle;align=center;overflow=fill;fontSize=12;fontFamily=Helvetica;html=1;rounded=1;fontStyle=1;strokeWidth=3;fillColor=#E6FFCC" parent="1" vertex="1">
-           <mxGeometry x="920" y="180" width="110" height="90" as="geometry" />
+         <mxCell id="wsmfsViyqE6_RoJ9hA4X-131" parent="1" style="verticalAlign=middle;align=center;overflow=fill;fontSize=12;fontFamily=Helvetica;html=1;rounded=1;fontStyle=1;strokeWidth=3;fillColor=#E6FFCC" value="&lt;p style=&quot;margin: 4px 0px 0px; text-align: center; text-decoration: underline;&quot;&gt;Openwebui&lt;br&gt;&lt;/p&gt;&lt;hr style=&quot;&quot;&gt;&lt;p style=&quot;margin: 0px 0px 0px 8px;&quot;&gt;&lt;font style=&quot;font-size: 7px;&quot;&gt;openwebui.bensuperpc.org&lt;/font&gt;&lt;/p&gt;" vertex="1">
+           <mxGeometry height="90" width="110" x="530" y="180" as="geometry" />
        </mxCell>
-         <mxCell id="wsmfsViyqE6_RoJ9hA4X-134" value="&lt;p style=&quot;margin: 4px 0px 0px; text-align: center; text-decoration: underline;&quot;&gt;memos&lt;/p&gt;&lt;hr style=&quot;&quot;&gt;&lt;p style=&quot;margin: 0px 0px 0px 8px;&quot;&gt;&lt;font style=&quot;font-size: 8px;&quot;&gt;memos.bensuperpc.org&lt;/font&gt;&lt;/p&gt;" style="verticalAlign=middle;align=center;overflow=fill;fontSize=12;fontFamily=Helvetica;html=1;rounded=1;fontStyle=1;strokeWidth=3;fillColor=#E6FFCC" parent="1" vertex="1">
-           <mxGeometry x="1050" y="180" width="110" height="90" as="geometry" />
+         <mxCell id="wsmfsViyqE6_RoJ9hA4X-132" parent="1" style="verticalAlign=middle;align=center;overflow=fill;fontSize=12;fontFamily=Helvetica;html=1;rounded=1;fontStyle=1;strokeWidth=3;fillColor=#E6FFCC" value="&lt;p style=&quot;margin: 4px 0px 0px; text-align: center; text-decoration: underline;&quot;&gt;Docker admin&lt;/p&gt;&lt;hr style=&quot;&quot;&gt;&lt;p style=&quot;margin: 0px 0px 0px 8px;&quot;&gt;&lt;font style=&quot;font-size: 7px;&quot;&gt;yacht.bensuperpc.org&lt;/font&gt;&lt;/p&gt;" vertex="1">
+           <mxGeometry height="90" width="110" x="790" y="180" as="geometry" />
        </mxCell>
-         <mxCell id="wsmfsViyqE6_RoJ9hA4X-136" value="&lt;p style=&quot;margin: 4px 0px 0px; text-align: center; text-decoration: underline;&quot;&gt;Satisfactory&lt;/p&gt;&lt;hr style=&quot;&quot;&gt;&lt;p style=&quot;margin: 0px 0px 0px 8px;&quot;&gt;&lt;font style=&quot;font-size: 8px;&quot;&gt;bensuperpc.org&lt;/font&gt;&lt;/p&gt;" style="verticalAlign=middle;align=center;overflow=fill;fontSize=12;fontFamily=Helvetica;html=1;rounded=1;fontStyle=1;strokeWidth=3;fillColor=#e1d5e7;strokeColor=#9673a6;" parent="1" vertex="1">
-           <mxGeometry x="9" y="500" width="110" height="90" as="geometry" />
+         <mxCell id="wsmfsViyqE6_RoJ9hA4X-133" parent="1" style="verticalAlign=middle;align=center;overflow=fill;fontSize=12;fontFamily=Helvetica;html=1;rounded=1;fontStyle=1;strokeWidth=3;fillColor=#E6FFCC" value="&lt;p style=&quot;margin: 4px 0px 0px; text-align: center; text-decoration: underline;&quot;&gt;uptimekuma&lt;/p&gt;&lt;hr style=&quot;&quot;&gt;&lt;p style=&quot;margin: 0px 0px 0px 8px;&quot;&gt;&lt;font style=&quot;font-size: 7px;&quot;&gt;uptimekuma.bensuperpc.org&lt;/font&gt;&lt;/p&gt;" vertex="1">
+           <mxGeometry height="90" width="110" x="920" y="180" as="geometry" />
        </mxCell>
-         <mxCell id="wsmfsViyqE6_RoJ9hA4X-137" value="&lt;p style=&quot;margin: 4px 0px 0px; text-align: center; text-decoration: underline;&quot;&gt;Minecraft&lt;/p&gt;&lt;hr style=&quot;&quot;&gt;&lt;p style=&quot;margin: 0px 0px 0px 8px;&quot;&gt;&lt;font style=&quot;font-size: 8px;&quot;&gt;bensuperpc.org&lt;/font&gt;&lt;/p&gt;" style="verticalAlign=middle;align=center;overflow=fill;fontSize=12;fontFamily=Helvetica;html=1;rounded=1;fontStyle=1;strokeWidth=3;fillColor=#e1d5e7;strokeColor=#9673a6;" parent="1" vertex="1">
-           <mxGeometry x="9" y="180" width="110" height="90" as="geometry" />
+         <mxCell id="wsmfsViyqE6_RoJ9hA4X-134" parent="1" style="verticalAlign=middle;align=center;overflow=fill;fontSize=12;fontFamily=Helvetica;html=1;rounded=1;fontStyle=1;strokeWidth=3;fillColor=#E6FFCC" value="&lt;p style=&quot;margin: 4px 0px 0px; text-align: center; text-decoration: underline;&quot;&gt;memos&lt;/p&gt;&lt;hr style=&quot;&quot;&gt;&lt;p style=&quot;margin: 0px 0px 0px 8px;&quot;&gt;&lt;font style=&quot;font-size: 8px;&quot;&gt;memos.bensuperpc.org&lt;/font&gt;&lt;/p&gt;" vertex="1">
+           <mxGeometry height="90" width="110" x="1050" y="180" as="geometry" />
        </mxCell>
-         <mxCell id="wsmfsViyqE6_RoJ9hA4X-138" value="&lt;p style=&quot;margin: 4px 0px 0px; text-align: center; text-decoration: underline;&quot;&gt;7 Days to die&lt;/p&gt;&lt;hr style=&quot;&quot;&gt;&lt;p style=&quot;margin: 0px 0px 0px 8px;&quot;&gt;&lt;font style=&quot;font-size: 8px;&quot;&gt;bensuperpc.org&lt;/font&gt;&lt;/p&gt;" style="verticalAlign=middle;align=center;overflow=fill;fontSize=12;fontFamily=Helvetica;html=1;rounded=1;fontStyle=1;strokeWidth=3;fillColor=#e1d5e7;strokeColor=#9673a6;" parent="1" vertex="1">
-           <mxGeometry x="140" y="500" width="110" height="90" as="geometry" />
+         <mxCell id="wsmfsViyqE6_RoJ9hA4X-136" parent="1" style="verticalAlign=middle;align=center;overflow=fill;fontSize=12;fontFamily=Helvetica;html=1;rounded=1;fontStyle=1;strokeWidth=3;fillColor=#e1d5e7;strokeColor=#9673a6;" value="&lt;p style=&quot;margin: 4px 0px 0px; text-align: center; text-decoration: underline;&quot;&gt;Satisfactory&lt;/p&gt;&lt;hr style=&quot;&quot;&gt;&lt;p style=&quot;margin: 0px 0px 0px 8px;&quot;&gt;&lt;font style=&quot;font-size: 8px;&quot;&gt;bensuperpc.org&lt;/font&gt;&lt;/p&gt;" vertex="1">
+           <mxGeometry height="90" width="110" x="9" y="500" as="geometry" />
+         </mxCell>
+         <mxCell id="wsmfsViyqE6_RoJ9hA4X-137" parent="1" style="verticalAlign=middle;align=center;overflow=fill;fontSize=12;fontFamily=Helvetica;html=1;rounded=1;fontStyle=1;strokeWidth=3;fillColor=#e1d5e7;strokeColor=#9673a6;" value="&lt;p style=&quot;margin: 4px 0px 0px; text-align: center; text-decoration: underline;&quot;&gt;Minecraft&lt;/p&gt;&lt;hr style=&quot;&quot;&gt;&lt;p style=&quot;margin: 0px 0px 0px 8px;&quot;&gt;&lt;font style=&quot;font-size: 8px;&quot;&gt;bensuperpc.org&lt;/font&gt;&lt;/p&gt;" vertex="1">
+           <mxGeometry height="90" width="110" x="9" y="180" as="geometry" />
+         </mxCell>
+         <mxCell id="wsmfsViyqE6_RoJ9hA4X-138" parent="1" style="verticalAlign=middle;align=center;overflow=fill;fontSize=12;fontFamily=Helvetica;html=1;rounded=1;fontStyle=1;strokeWidth=3;fillColor=#e1d5e7;strokeColor=#9673a6;" value="&lt;p style=&quot;margin: 4px 0px 0px; text-align: center; text-decoration: underline;&quot;&gt;7 Days to die&lt;/p&gt;&lt;hr style=&quot;&quot;&gt;&lt;p style=&quot;margin: 0px 0px 0px 8px;&quot;&gt;&lt;font style=&quot;font-size: 8px;&quot;&gt;bensuperpc.org&lt;/font&gt;&lt;/p&gt;" vertex="1">
+           <mxGeometry height="90" width="110" x="140" y="500" as="geometry" />
        </mxCell>
      </root>
    </mxGraphModel>
  </diagram>
</mxfile>
